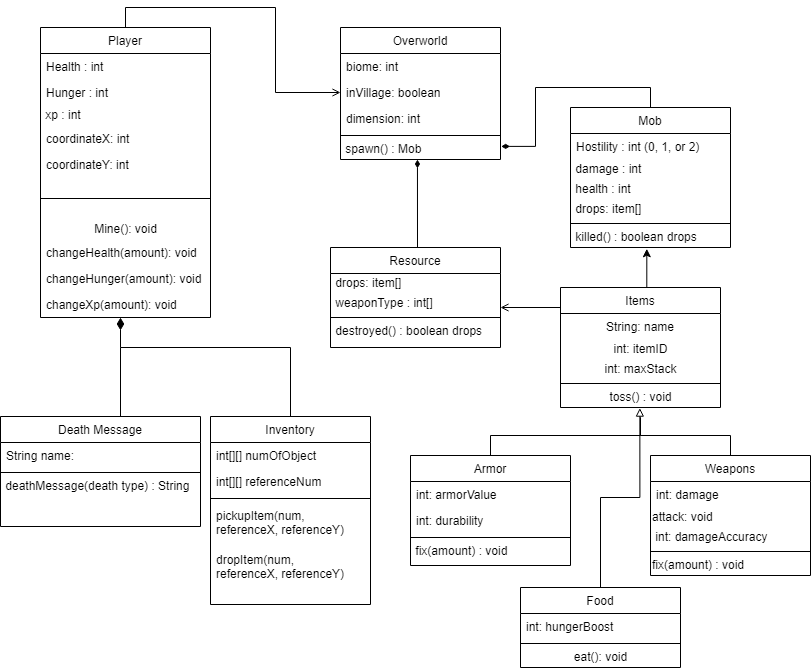
lilarry037/-yee21chienthony-mogu-frog-bRUHh keeps this draw.io diagram as Sprint 1 (V1.1)/Text Based Minecraft.drawio.png. Above is the earlier version. Source tidied: cells renumbered, new cells last; positions are measured from the earlier drawing's top-left corner, leaving out a move shared by most shapes.
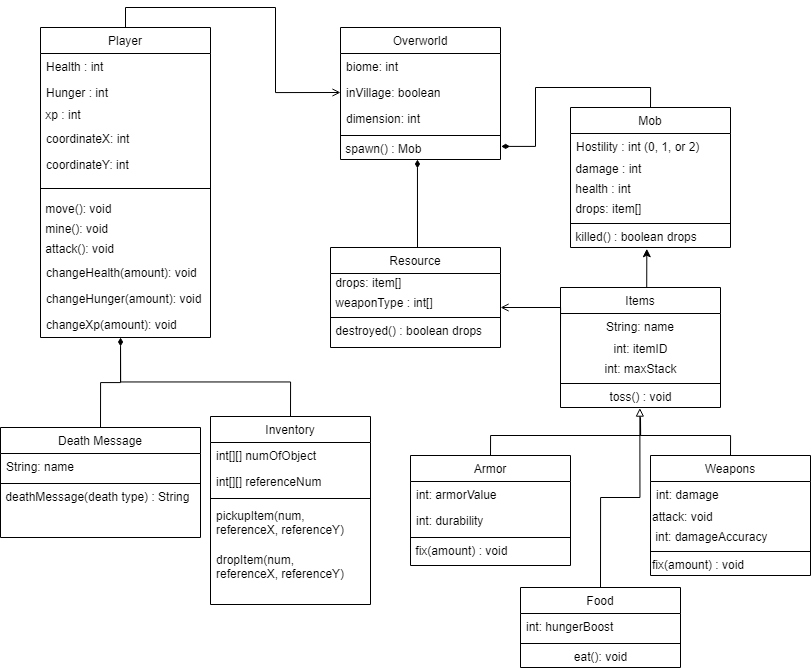
After the commit.

Diff of the diagram source:
```diff
@@ -6,7 +6,7 @@
       <mxGeometry relative="1" as="geometry" />
     </mxCell>
     <mxCell id="3" value="Player" style="swimlane;fontStyle=0;align=center;verticalAlign=top;horizontal=1;startSize=26;rounded=0;shadow=0;strokeWidth=1;" parent="1" vertex="1">
-      <mxGeometry x="40" width="170" height="290" as="geometry" />
+      <mxGeometry x="40" width="170" height="310" as="geometry" />
     </mxCell>
     <mxCell id="4" value="Health : int" style="text;align=left;verticalAlign=top;spacingLeft=4;spacingRight=4;overflow=hidden;" parent="3" vertex="1">
       <mxGeometry y="26" width="170" height="26" as="geometry" />
@@ -23,21 +23,32 @@
     <mxCell id="8" value="coordinateY: int" style="text;align=left;verticalAlign=top;spacingLeft=4;spacingRight=4;overflow=hidden;rounded=0;shadow=0;html=0;" parent="3" vertex="1">
       <mxGeometry y="124" width="170" height="26" as="geometry" />
     </mxCell>
-    <mxCell id="9" style="line;html=1;strokeWidth=1;align=left;verticalAlign=middle;spacingTop=-1;spacingLeft=3;spacingRight=3;labelPosition=right;" parent="3" vertex="1">
-      <mxGeometry y="150" width="170" height="42" as="geometry" />
-    </mxCell>
+    <mxCell id="72" style="line;html=1;strokeWidth=1;align=left;verticalAlign=middle;spacingTop=-1;spacingLeft=3;spacingRight=3;labelPosition=right;" parent="3" vertex="1">
+      <mxGeometry y="150" width="170" height="22" as="geometry" />
+    </mxCell>
+    <mxCell id="73" value="&amp;nbsp;move(): void" style="text;html=1;align=left;verticalAlign=middle;strokeColor=none;fillColor=none;" parent="3" vertex="1">
+      <mxGeometry y="172" width="170" height="20" as="geometry" />
+    </mxCell>
-    <mxCell id="10" value="Mine(): void" style="text;html=1;align=center;verticalAlign=middle;strokeColor=none;fillColor=none;" parent="3" vertex="1">
+    <mxCell id="10" value="&amp;nbsp;mine(): void" style="text;html=1;align=left;verticalAlign=middle;strokeColor=none;fillColor=none;" parent="3" vertex="1">
       <mxGeometry y="192" width="170" height="20" as="geometry" />
     </mxCell>
+    <mxCell id="74" value="&amp;nbsp;attack(): void" style="text;html=1;align=left;verticalAlign=middle;strokeColor=none;fillColor=none;" parent="3" vertex="1">
+      <mxGeometry y="212" width="170" height="20" as="geometry" />
+    </mxCell>
     <mxCell id="11" value="changeHealth(amount): void" style="text;align=left;verticalAlign=top;spacingLeft=4;spacingRight=4;overflow=hidden;" parent="3" vertex="1">
-      <mxGeometry y="212" width="170" height="26" as="geometry" />
+      <mxGeometry y="232" width="170" height="26" as="geometry" />
     </mxCell>
     <mxCell id="12" value="changeHunger(amount): void&#10;" style="text;align=left;verticalAlign=top;spacingLeft=4;spacingRight=4;overflow=hidden;" parent="3" vertex="1">
-      <mxGeometry y="238" width="170" height="26" as="geometry" />
+      <mxGeometry y="258" width="170" height="26" as="geometry" />
     </mxCell>
     <mxCell id="13" value="changeXp(amount): void&#10;" style="text;align=left;verticalAlign=top;spacingLeft=4;spacingRight=4;overflow=hidden;points=[[0,0.5],[1,0.5]];portConstraint=eastwest;" parent="3" vertex="1">
-      <mxGeometry y="264" width="170" height="26" as="geometry" />
+      <mxGeometry y="284" width="170" height="26" as="geometry" />
     </mxCell>
+    <mxCell id="75" style="edgeStyle=orthogonalEdgeStyle;rounded=0;jettySize=auto;html=1;exitX=0.5;exitY=0;exitDx=0;exitDy=0;endArrow=none;endFill=0;" parent="1" edge="1" source="14">
+      <mxGeometry relative="1" as="geometry">
+        <mxPoint x="120" y="320" as="targetPoint" />
+      </mxGeometry>
+    </mxCell>
     <mxCell id="14" value="Inventory" style="swimlane;fontStyle=0;align=center;verticalAlign=top;horizontal=1;startSize=26;rounded=0;shadow=0;strokeWidth=1;" parent="1" vertex="1">
       <mxGeometry x="210" y="389" width="160" height="188" as="geometry" />
     </mxCell>
@@ -56,13 +67,6 @@
     <mxCell id="19" value="dropItem(num, &#10;referenceX, referenceY)" style="text;align=left;verticalAlign=top;spacingLeft=4;spacingRight=4;overflow=hidden;" parent="14" vertex="1">
       <mxGeometry y="130" width="160" height="58" as="geometry" />
     </mxCell>
-    <mxCell id="20" style="endArrow=diamondThin;endSize=10;endFill=1;shadow=0;strokeWidth=1;rounded=0;edgeStyle=elbowEdgeStyle;elbow=vertical;" parent="1" edge="1" source="14" target="3">
-      <mxGeometry relative="1" as="geometry">
-        <Array as="points">
-          <mxPoint x="120" y="320" />
-        </Array>
-      </mxGeometry>
-    </mxCell>
     <mxCell id="21" value="Overworld" style="swimlane;fontStyle=0;align=center;verticalAlign=top;horizontal=1;startSize=26;rounded=0;shadow=0;strokeWidth=1;" parent="1" vertex="1">
       <mxGeometry x="340" width="160" height="132" as="geometry" />
     </mxCell>
@@ -188,14 +192,6 @@
     <mxCell id="59" value="eat(): void&lt;br&gt;" style="text;html=1;align=center;verticalAlign=middle;strokeColor=none;fillColor=none;" parent="56" vertex="1">
       <mxGeometry y="60" width="160" height="20" as="geometry" />
     </mxCell>
-    <mxCell id="60" style="edgeStyle=orthogonalEdgeStyle;rounded=0;jettySize=auto;html=1;exitX=0.5;exitY=0;exitDx=0;exitDy=0;endArrow=none;endFill=0;" parent="1" edge="1" source="68">
-      <mxGeometry relative="1" as="geometry">
-        <mxPoint x="120" y="320" as="targetPoint" />
-        <Array as="points">
-          <mxPoint x="120" y="389" />
-        </Array>
-      </mxGeometry>
-    </mxCell>
     <mxCell id="61" style="edgeStyle=orthogonalEdgeStyle;rounded=0;jettySize=auto;html=1;exitX=0.5;exitY=0;exitDx=0;exitDy=0;entryX=0.481;entryY=1;entryDx=0;entryDy=0;entryPerimeter=0;endArrow=diamondThin;endFill=1;" parent="1" edge="1" source="62" target="26">
       <mxGeometry relative="1" as="geometry">
         <Array as="points">
@@ -227,10 +223,13 @@
         </Array>
       </mxGeometry>
     </mxCell>
+    <mxCell id="76" style="edgeStyle=orthogonalEdgeStyle;rounded=0;jettySize=auto;html=1;exitX=0.5;exitY=0;exitDx=0;exitDy=0;entryX=0.471;entryY=1;entryDx=0;entryDy=0;entryPerimeter=0;endArrow=diamondThin;endFill=1;" parent="1" edge="1" source="68" target="13">
+      <mxGeometry relative="1" as="geometry" />
+    </mxCell>
     <mxCell id="68" value="Death Message" style="swimlane;fontStyle=0;align=center;verticalAlign=top;horizontal=1;startSize=26;rounded=0;shadow=0;strokeWidth=1;" parent="1" vertex="1">
-      <mxGeometry y="389" width="200" height="110" as="geometry" />
+      <mxGeometry y="400" width="200" height="110" as="geometry" />
     </mxCell>
-    <mxCell id="69" value="String name:" style="text;align=left;verticalAlign=top;spacingLeft=4;spacingRight=4;overflow=hidden;" parent="68" vertex="1">
+    <mxCell id="69" value="String: name" style="text;align=left;verticalAlign=top;spacingLeft=4;spacingRight=4;overflow=hidden;" parent="68" vertex="1">
       <mxGeometry y="26" width="200" height="26" as="geometry" />
     </mxCell>
     <mxCell id="70" style="line;html=1;strokeWidth=1;align=left;verticalAlign=middle;spacingTop=-1;spacingLeft=3;spacingRight=3;labelPosition=right;" parent="68" vertex="1">
```
